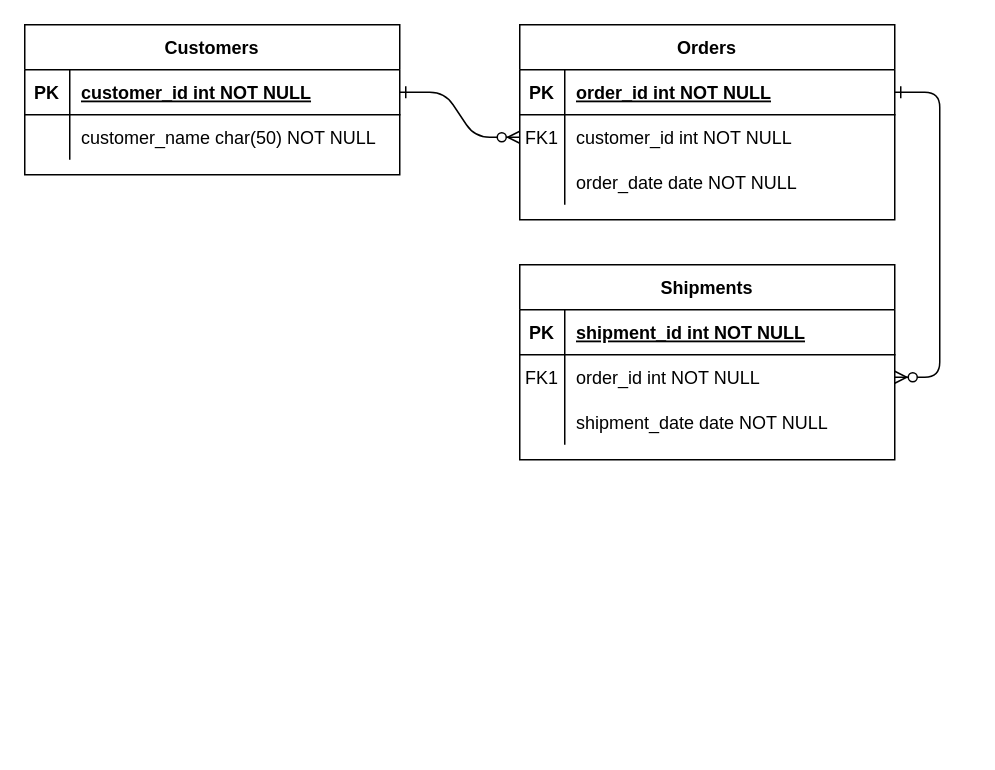
seungtaemoon/memo keeps this draw.io diagram as MAJOR_STUDENT_EXAM.drawio. Above is the earlier version. Source tidied: cells renumbered, new cells numbered last; positions are measured from the earlier drawing's top-left corner, leaving out a move shared by most shapes. Both pictures are drawn from the tidied source at 150%, with x=0, y=0 at pixel (24, 24).
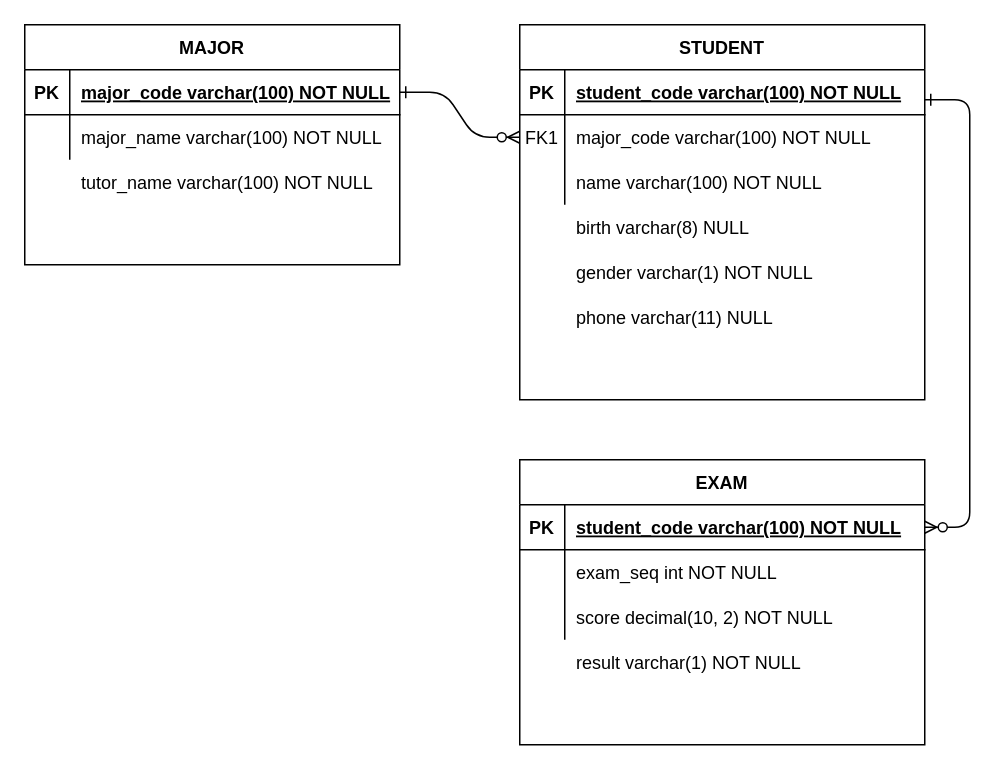
After the change.

The change refers to these unchanged cells:
```xml
<mxCell id="25" style="shape=partialRectangle;fillColor=none;points=[[0,0.5],[1,0.5]];portConstraint=eastwest;top=0;left=0;right=0;bottom=1;" parent="24" vertex="1">
  <mxGeometry y="30" width="250" height="30" as="geometry" />
</mxCell>
<mxCell id="28" style="shape=partialRectangle;fillColor=none;top=0;left=0;right=0;bottom=0;" parent="24" vertex="1">
  <mxGeometry y="60" width="250" height="30" as="geometry" />
</mxCell>
```

The edit, as a diff of the source:
```diff
@@
-    <mxCell id="3" style="edgeStyle=entityRelationEdgeStyle;endArrow=ERzeroToMany;startArrow=ERone;endFill=1;startFill=0;" parent="1" edge="1" source="5" target="18">
-      <mxGeometry relative="1" as="geometry" />
-    </mxCell>
-    <mxCell id="4" value="Orders" style="shape=table;startSize=30;childLayout=tableLayout;rowLines=0;fontStyle=1;align=center;" parent="1" vertex="1">
-      <mxGeometry x="330" width="250" height="130" as="geometry" />
+    <mxCell id="4" value="STUDENT" style="shape=table;startSize=30;childLayout=tableLayout;rowLines=0;fontStyle=1;align=center;" parent="1" vertex="1">
+      <mxGeometry x="330" width="270" height="250" as="geometry" />
     </mxCell>
     <mxCell id="5" style="shape=partialRectangle;fillColor=none;points=[[0,0.5],[1,0.5]];portConstraint=eastwest;top=0;left=0;right=0;bottom=1;" parent="4" vertex="1">
-      <mxGeometry y="30" width="250" height="30" as="geometry" />
+      <mxGeometry y="30" width="270" height="30" as="geometry" />
     </mxCell>
@@
-    <mxCell id="7" value="order_id int NOT NULL " style="shape=partialRectangle;overflow=hidden;fillColor=none;top=0;left=0;bottom=0;right=0;align=left;spacingLeft=6;fontStyle=5;" parent="5" vertex="1">
-      <mxGeometry x="30" width="220" height="30" as="geometry" />
+    <mxCell id="7" value="student_code varchar(100) NOT NULL" style="shape=partialRectangle;overflow=hidden;fillColor=none;top=0;left=0;bottom=0;right=0;align=left;spacingLeft=6;fontStyle=5;" parent="5" vertex="1">
+      <mxGeometry x="30" width="240" height="30" as="geometry" />
     </mxCell>
     <mxCell id="8" style="shape=partialRectangle;fillColor=none;points=[[0,0.5],[1,0.5]];portConstraint=eastwest;top=0;left=0;right=0;bottom=0;" parent="4" vertex="1">
-      <mxGeometry y="60" width="250" height="30" as="geometry" />
+      <mxGeometry y="60" width="270" height="30" as="geometry" />
     </mxCell>
@@
-    <mxCell id="10" value="customer_id int NOT NULL" style="shape=partialRectangle;overflow=hidden;fillColor=none;top=0;left=0;bottom=0;right=0;align=left;spacingLeft=6;" parent="8" vertex="1">
-      <mxGeometry x="30" width="220" height="30" as="geometry" />
+    <mxCell id="10" value="major_code varchar(100) NOT NULL" style="shape=partialRectangle;overflow=hidden;fillColor=none;top=0;left=0;bottom=0;right=0;align=left;spacingLeft=6;" parent="8" vertex="1">
+      <mxGeometry x="30" width="240" height="30" as="geometry" />
     </mxCell>
     <mxCell id="11" style="shape=partialRectangle;fillColor=none;top=0;left=0;right=0;bottom=0;" parent="4" vertex="1">
-      <mxGeometry y="90" width="250" height="30" as="geometry" />
+      <mxGeometry y="90" width="270" height="30" as="geometry" />
     </mxCell>
@@
-    <mxCell id="13" value="order_date date NOT NULL" style="shape=partialRectangle;overflow=hidden;fillColor=none;top=0;left=0;bottom=0;right=0;align=left;spacingLeft=6;" parent="11" vertex="1">
-      <mxGeometry x="30" width="220" height="30" as="geometry" />
+    <mxCell id="13" value="name varchar(100) NOT NULL" style="shape=partialRectangle;overflow=hidden;fillColor=none;top=0;left=0;bottom=0;right=0;align=left;spacingLeft=6;" parent="11" vertex="1">
+      <mxGeometry x="30" width="240" height="30" as="geometry" />
     </mxCell>
-    <mxCell id="14" value="Shipments" style="shape=table;startSize=30;childLayout=tableLayout;rowLines=0;fontStyle=1;align=center;" parent="1" vertex="1">
-      <mxGeometry x="330" y="160" width="250" height="130" as="geometry" />
+    <mxCell id="14" value="EXAM" style="shape=table;startSize=30;childLayout=tableLayout;rowLines=0;fontStyle=1;align=center;" parent="1" vertex="1">
+      <mxGeometry x="330" y="290" width="270" height="190" as="geometry" />
     </mxCell>
     <mxCell id="15" style="shape=partialRectangle;fillColor=none;points=[[0,0.5],[1,0.5]];portConstraint=eastwest;top=0;left=0;right=0;bottom=1;" parent="14" vertex="1">
-      <mxGeometry y="30" width="250" height="30" as="geometry" />
+      <mxGeometry y="30" width="270" height="30" as="geometry" />
     </mxCell>
@@
-    <mxCell id="17" value="shipment_id int NOT NULL " style="shape=partialRectangle;overflow=hidden;fillColor=none;top=0;left=0;bottom=0;right=0;align=left;spacingLeft=6;fontStyle=5;" parent="15" vertex="1">
-      <mxGeometry x="30" width="220" height="30" as="geometry" />
+    <mxCell id="17" value="student_code varchar(100) NOT NULL" style="shape=partialRectangle;overflow=hidden;fillColor=none;top=0;left=0;bottom=0;right=0;align=left;spacingLeft=6;fontStyle=5;" parent="15" vertex="1">
+      <mxGeometry x="30" width="240" height="30" as="geometry" />
     </mxCell>
     <mxCell id="18" style="shape=partialRectangle;fillColor=none;points=[[0,0.5],[1,0.5]];portConstraint=eastwest;top=0;left=0;right=0;bottom=0;" parent="14" vertex="1">
-      <mxGeometry y="60" width="250" height="30" as="geometry" />
+      <mxGeometry y="60" width="270" height="30" as="geometry" />
     </mxCell>
-    <mxCell id="19" value="FK1" style="shape=partialRectangle;overflow=hidden;fillColor=none;top=0;left=0;bottom=0;right=0;" parent="18" vertex="1">
+    <mxCell id="19" style="shape=partialRectangle;overflow=hidden;fillColor=none;top=0;left=0;bottom=0;right=0;" parent="18" vertex="1">
       <mxGeometry width="30" height="30" as="geometry" />
     </mxCell>
-    <mxCell id="20" value="order_id int NOT NULL" style="shape=partialRectangle;overflow=hidden;fillColor=none;top=0;left=0;bottom=0;right=0;align=left;spacingLeft=6;" parent="18" vertex="1">
-      <mxGeometry x="30" width="220" height="30" as="geometry" />
+    <mxCell id="20" value="exam_seq int NOT NULL" style="shape=partialRectangle;overflow=hidden;fillColor=none;top=0;left=0;bottom=0;right=0;align=left;spacingLeft=6;" parent="18" vertex="1">
+      <mxGeometry x="30" width="240" height="30" as="geometry" />
     </mxCell>
     <mxCell id="21" style="shape=partialRectangle;fillColor=none;top=0;left=0;right=0;bottom=0;" parent="14" vertex="1">
-      <mxGeometry y="90" width="250" height="30" as="geometry" />
+      <mxGeometry y="90" width="270" height="30" as="geometry" />
     </mxCell>
@@
-    <mxCell id="23" value="shipment_date date NOT NULL" style="shape=partialRectangle;overflow=hidden;fillColor=none;top=0;left=0;bottom=0;right=0;align=left;spacingLeft=6;" parent="21" vertex="1">
-      <mxGeometry x="30" width="220" height="30" as="geometry" />
+    <mxCell id="23" value="score decimal(10, 2) NOT NULL" style="shape=partialRectangle;overflow=hidden;fillColor=none;top=0;left=0;bottom=0;right=0;align=left;spacingLeft=6;" parent="21" vertex="1">
+      <mxGeometry x="30" width="240" height="30" as="geometry" />
     </mxCell>
-    <mxCell id="24" value="Customers" style="shape=table;startSize=30;childLayout=tableLayout;rowLines=0;fontStyle=1;align=center;" parent="1" vertex="1">
-      <mxGeometry width="250" height="100" as="geometry" />
+    <mxCell id="24" value="MAJOR" style="shape=table;startSize=30;childLayout=tableLayout;rowLines=0;fontStyle=1;align=center;" parent="1" vertex="1">
+      <mxGeometry width="250" height="160" as="geometry" />
     </mxCell>
@@
-    <mxCell id="27" value="customer_id int NOT NULL " style="shape=partialRectangle;overflow=hidden;fillColor=none;top=0;left=0;bottom=0;right=0;align=left;spacingLeft=6;fontStyle=5;" parent="25" vertex="1">
+    <mxCell id="27" value="major_code varchar(100) NOT NULL" style="shape=partialRectangle;overflow=hidden;fillColor=none;top=0;left=0;bottom=0;right=0;align=left;spacingLeft=6;fontStyle=5;" parent="25" vertex="1">
       <mxGeometry x="30" width="220" height="30" as="geometry" />
     </mxCell>
@@
-    <mxCell id="30" value="customer_name char(50) NOT NULL" style="shape=partialRectangle;overflow=hidden;fillColor=none;top=0;left=0;bottom=0;right=0;align=left;spacingLeft=6;" parent="28" vertex="1">
+    <mxCell id="30" value="major_name varchar(100) NOT NULL" style="shape=partialRectangle;overflow=hidden;fillColor=none;top=0;left=0;bottom=0;right=0;align=left;spacingLeft=6;" parent="28" vertex="1">
       <mxGeometry x="30" width="220" height="30" as="geometry" />
     </mxCell>
+    <mxCell id="31" value="tutor_name varchar(100) NOT NULL" style="shape=partialRectangle;overflow=hidden;fillColor=none;top=0;left=0;bottom=0;right=0;align=left;spacingLeft=6;" parent="1" vertex="1">
+      <mxGeometry x="30" y="90" width="220" height="30" as="geometry" />
+    </mxCell>
+    <mxCell id="32" style="shape=partialRectangle;fillColor=none;top=0;left=0;right=0;bottom=0;" parent="1" vertex="1">
+      <mxGeometry x="330" y="120" width="250" height="30" as="geometry" />
+    </mxCell>
+    <mxCell id="33" style="shape=partialRectangle;overflow=hidden;fillColor=none;top=0;left=0;bottom=0;right=0;" parent="32" vertex="1">
+      <mxGeometry width="30" height="30" as="geometry" />
+    </mxCell>
+    <mxCell id="34" value="birth varchar(8) NULL" style="shape=partialRectangle;overflow=hidden;fillColor=none;top=0;left=0;bottom=0;right=0;align=left;spacingLeft=6;" parent="32" vertex="1">
+      <mxGeometry x="30" width="220" height="30" as="geometry" />
+    </mxCell>
+    <mxCell id="35" style="shape=partialRectangle;fillColor=none;top=0;left=0;right=0;bottom=0;" parent="1" vertex="1">
+      <mxGeometry x="330" y="150" width="250" height="30" as="geometry" />
+    </mxCell>
+    <mxCell id="36" style="shape=partialRectangle;overflow=hidden;fillColor=none;top=0;left=0;bottom=0;right=0;" parent="35" vertex="1">
+      <mxGeometry width="30" height="30" as="geometry" />
+    </mxCell>
+    <mxCell id="37" value="gender varchar(1) NOT NULL" style="shape=partialRectangle;overflow=hidden;fillColor=none;top=0;left=0;bottom=0;right=0;align=left;spacingLeft=6;" parent="35" vertex="1">
+      <mxGeometry x="30" width="220" height="30" as="geometry" />
+    </mxCell>
+    <mxCell id="38" style="shape=partialRectangle;fillColor=none;top=0;left=0;right=0;bottom=0;" parent="1" vertex="1">
+      <mxGeometry x="330" y="180" width="250" height="30" as="geometry" />
+    </mxCell>
+    <mxCell id="39" style="shape=partialRectangle;overflow=hidden;fillColor=none;top=0;left=0;bottom=0;right=0;" parent="38" vertex="1">
+      <mxGeometry width="30" height="30" as="geometry" />
+    </mxCell>
+    <mxCell id="40" value="phone varchar(11) NULL" style="shape=partialRectangle;overflow=hidden;fillColor=none;top=0;left=0;bottom=0;right=0;align=left;spacingLeft=6;" parent="38" vertex="1">
+      <mxGeometry x="30" width="220" height="30" as="geometry" />
+    </mxCell>
+    <mxCell id="41" value="result varchar(1) NOT NULL" style="shape=partialRectangle;overflow=hidden;fillColor=none;top=0;left=0;bottom=0;right=0;align=left;spacingLeft=6;" parent="1" vertex="1">
+      <mxGeometry x="360" y="410" width="220" height="30" as="geometry" />
+    </mxCell>
+    <mxCell id="42" style="edgeStyle=entityRelationEdgeStyle;endArrow=ERzeroToMany;startArrow=ERone;endFill=1;startFill=0;entryX=1;entryY=0.5;entryDx=0;entryDy=0;" parent="1" edge="1" target="15">
+      <mxGeometry relative="1" as="geometry">
+        <mxPoint x="600" y="50" as="sourcePoint" />
+      </mxGeometry>
+    </mxCell>
```
